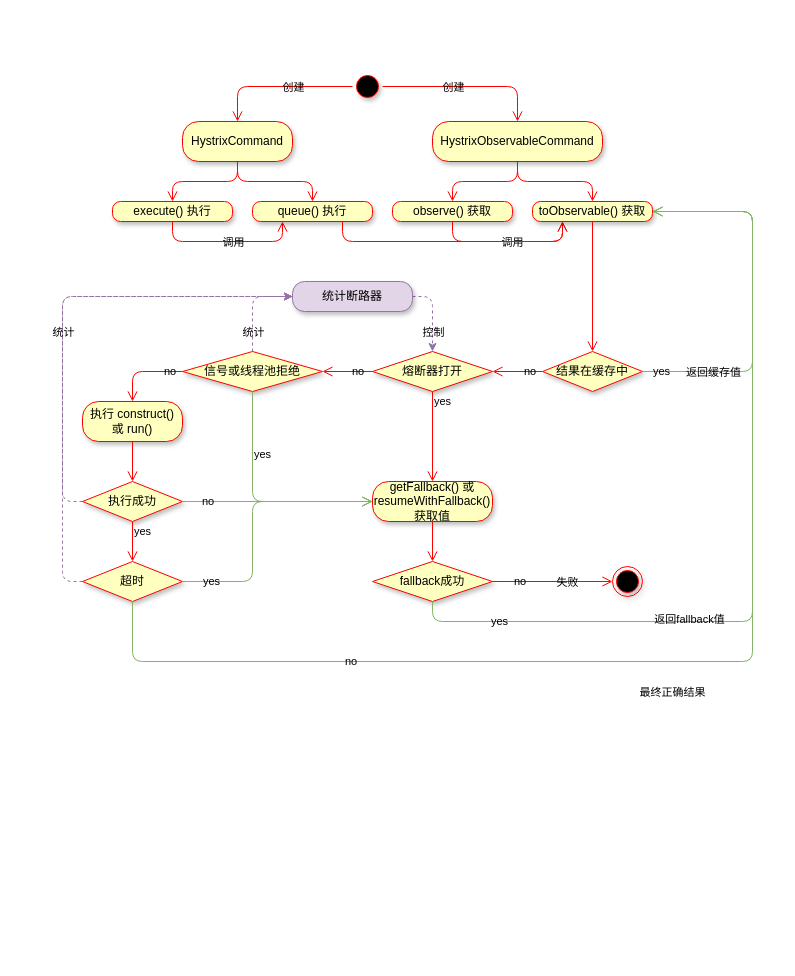
Woobhurk/tyz-pic-repo keeps this draw.io diagram as tyz-流程图.drawio. Above is the earlier version. Source tidied: cells renumbered, new cells numbered last; positions are measured from the earlier drawing's top-left corner, leaving out a move shared by most shapes. Both pictures are drawn from the tidied source at 100%, with x=0, y=0 at pixel (82, 71).
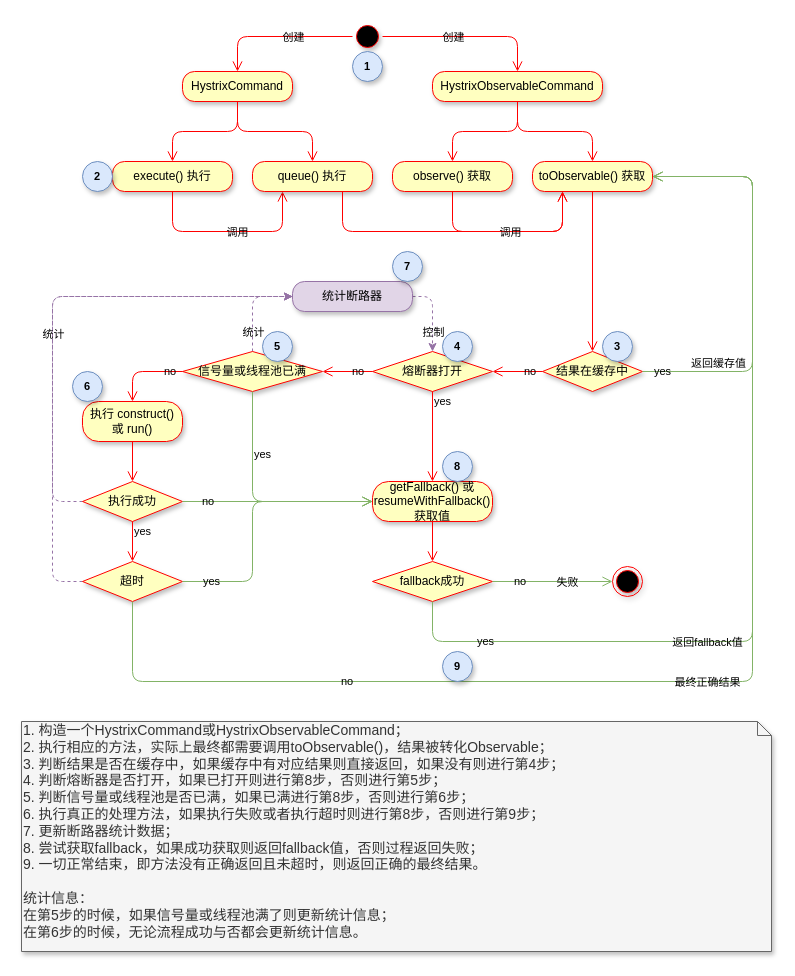
Above is the later version.

The change refers to these unchanged cells:
```xml
<mxCell id="23" value="结果在缓存中" style="rhombus;whiteSpace=wrap;html=1;fillColor=#ffffc0;strokeColor=#ff0000;shadow=1;verticalAlign=middle;labelBorderColor=none;labelBackgroundColor=none;" parent="1" vertex="1">
  <mxGeometry x="460" y="280" width="100" height="40" as="geometry" />
</mxCell>
<mxCell id="32" value="fallback成功" style="rhombus;whiteSpace=wrap;html=1;fillColor=#ffffc0;strokeColor=#ff0000;shadow=1;verticalAlign=middle;labelBorderColor=none;labelBackgroundColor=none;" parent="1" vertex="1">
  <mxGeometry x="290" y="490" width="120" height="40" as="geometry" />
</mxCell>
<mxCell id="45" value="执行成功" style="rhombus;whiteSpace=wrap;html=1;fillColor=#ffffc0;strokeColor=#ff0000;shadow=1;verticalAlign=middle;labelBorderColor=none;labelBackgroundColor=none;" parent="1" vertex="1">
  <mxGeometry y="410" width="100" height="40" as="geometry" />
</mxCell>
<mxCell id="50" value="超时" style="rhombus;whiteSpace=wrap;html=1;fillColor=#ffffc0;strokeColor=#ff0000;shadow=1;verticalAlign=middle;labelBorderColor=none;labelBackgroundColor=none;" parent="1" vertex="1">
  <mxGeometry y="490" width="100" height="40" as="geometry" />
</mxCell>
<mxCell id="54" style="ellipse;html=1;shape=endState;fillColor=#000000;strokeColor=#ff0000;shadow=1;verticalAlign=middle;labelBorderColor=none;labelBackgroundColor=none;" parent="1" vertex="1">
  <mxGeometry x="530" y="495" width="30" height="30" as="geometry" />
</mxCell>
<mxCell id="57" value="统计断路器" style="rounded=1;whiteSpace=wrap;html=1;arcSize=40;fillColor=#e1d5e7;strokeColor=#9673a6;shadow=1;verticalAlign=middle;glass=0;labelBorderColor=none;labelBackgroundColor=none;" parent="1" vertex="1">
  <mxGeometry x="210" y="210" width="120" height="30" as="geometry" />
</mxCell>
```

Diff of the diagram source:
```diff
@@
     <mxCell id="2" style="ellipse;html=1;shape=startState;fillColor=#000000;strokeColor=#ff0000;shadow=1;verticalAlign=middle;labelBorderColor=none;labelBackgroundColor=none;" parent="1" vertex="1">
-      <mxGeometry x="270" width="30" height="30" as="geometry" />
+      <mxGeometry x="270" y="-50" width="30" height="30" as="geometry" />
     </mxCell>
@@
     <mxCell id="7" value="HystrixCommand" style="rounded=1;whiteSpace=wrap;html=1;arcSize=40;fontColor=#000000;fillColor=#ffffc0;strokeColor=#ff0000;shadow=1;verticalAlign=middle;labelBorderColor=none;labelBackgroundColor=none;" parent="1" vertex="1">
-      <mxGeometry x="100" y="50" width="110" height="40" as="geometry" />
+      <mxGeometry x="100" width="110" height="30" as="geometry" />
     </mxCell>
@@
     <mxCell id="9" value="HystrixObservableCommand" style="rounded=1;whiteSpace=wrap;html=1;arcSize=40;fontColor=#000000;fillColor=#ffffc0;strokeColor=#ff0000;shadow=1;verticalAlign=middle;labelBorderColor=none;labelBackgroundColor=none;" parent="1" vertex="1">
-      <mxGeometry x="350" y="50" width="170" height="40" as="geometry" />
+      <mxGeometry x="350" width="170" height="30" as="geometry" />
     </mxCell>
@@
     <mxCell id="11" value="execute() 执行" style="rounded=1;whiteSpace=wrap;html=1;arcSize=40;fontColor=#000000;fillColor=#ffffc0;strokeColor=#ff0000;shadow=1;verticalAlign=middle;labelBorderColor=none;labelBackgroundColor=none;" parent="1" vertex="1">
-      <mxGeometry x="30" y="130" width="120" height="20" as="geometry" />
+      <mxGeometry x="30" y="90" width="120" height="30" as="geometry" />
     </mxCell>
     <mxCell id="12" style="edgeStyle=orthogonalEdgeStyle;html=1;verticalAlign=middle;endArrow=open;endSize=8;strokeColor=#ff0000;shadow=0;entryX=0.25;entryY=1;entryDx=0;entryDy=0;exitX=0.5;exitY=1;exitDx=0;exitDy=0;rounded=1;labelBorderColor=none;labelBackgroundColor=none;" parent="1" edge="1" source="11" target="14">
       <mxGeometry relative="1" as="geometry">
         <Array as="points">
-          <mxPoint x="90" y="170" />
-          <mxPoint x="200" y="170" />
+          <mxPoint x="90" y="160" />
+          <mxPoint x="200" y="160" />
         </Array>
       </mxGeometry>
     </mxCell>
@@
     <mxCell id="14" value="queue() 执行" style="rounded=1;whiteSpace=wrap;html=1;arcSize=40;fontColor=#000000;fillColor=#ffffc0;strokeColor=#ff0000;shadow=1;verticalAlign=middle;labelBorderColor=none;labelBackgroundColor=none;" parent="1" vertex="1">
-      <mxGeometry x="170" y="130" width="120" height="20" as="geometry" />
+      <mxGeometry x="170" y="90" width="120" height="30" as="geometry" />
     </mxCell>
-    <mxCell id="15" style="edgeStyle=orthogonalEdgeStyle;html=1;verticalAlign=middle;endArrow=open;endSize=8;strokeColor=#ff0000;shadow=0;exitX=0.75;exitY=1;exitDx=0;exitDy=0;entryX=0.25;entryY=1;entryDx=0;entryDy=0;rounded=1;labelBorderColor=none;labelBackgroundColor=none;" parent="1" edge="1" source="14" target="21">
-      <mxGeometry relative="1" as="geometry">
-        <Array as="points">
-          <mxPoint x="260" y="170" />
-          <mxPoint x="480" y="170" />
-        </Array>
-      </mxGeometry>
-    </mxCell>
-    <mxCell id="16" value="调用" style="edgeLabel;html=1;align=center;verticalAlign=middle;labelBorderColor=none;labelBackgroundColor=none;" parent="15" vertex="1">
-      <mxGeometry x="-0.12" y="-2" relative="1" as="geometry">
-        <mxPoint x="75" y="-2" as="offset" />
-      </mxGeometry>
-    </mxCell>
@@
     <mxCell id="18" value="observe() 获取" style="rounded=1;whiteSpace=wrap;html=1;arcSize=40;fontColor=#000000;fillColor=#ffffc0;strokeColor=#ff0000;shadow=1;verticalAlign=middle;labelBorderColor=none;labelBackgroundColor=none;" parent="1" vertex="1">
-      <mxGeometry x="310" y="130" width="120" height="20" as="geometry" />
+      <mxGeometry x="310" y="90" width="120" height="30" as="geometry" />
     </mxCell>
     <mxCell id="19" style="edgeStyle=orthogonalEdgeStyle;html=1;verticalAlign=middle;endArrow=open;endSize=8;strokeColor=#ff0000;shadow=0;entryX=0.25;entryY=1;entryDx=0;entryDy=0;exitX=0.5;exitY=1;exitDx=0;exitDy=0;rounded=1;labelBorderColor=none;labelBackgroundColor=none;" parent="1" edge="1" source="18" target="21">
       <mxGeometry relative="1" as="geometry">
         <Array as="points">
-          <mxPoint x="370" y="170" />
-          <mxPoint x="480" y="170" />
+          <mxPoint x="370" y="160" />
+          <mxPoint x="480" y="160" />
         </Array>
       </mxGeometry>
     </mxCell>
@@
     <mxCell id="21" value="toObservable() 获取" style="rounded=1;whiteSpace=wrap;html=1;arcSize=40;fontColor=#000000;fillColor=#ffffc0;strokeColor=#ff0000;shadow=1;verticalAlign=middle;labelBorderColor=none;labelBackgroundColor=none;" parent="1" vertex="1">
-      <mxGeometry x="450" y="130" width="120" height="20" as="geometry" />
+      <mxGeometry x="450" y="90" width="120" height="30" as="geometry" />
     </mxCell>
@@
     <mxCell id="25" value="yes" style="edgeStyle=orthogonalEdgeStyle;html=1;align=left;verticalAlign=middle;endArrow=open;endSize=8;strokeColor=#82b366;shadow=0;exitX=1;exitY=0.5;exitDx=0;exitDy=0;entryX=1;entryY=0.5;entryDx=0;entryDy=0;rounded=1;fillColor=#d5e8d4;labelBorderColor=none;labelBackgroundColor=none;" parent="1" edge="1" source="23" target="21">
       <mxGeometry x="-0.95" relative="1" as="geometry">
         <Array as="points">
           <mxPoint x="670" y="300" />
-          <mxPoint x="670" y="140" />
+          <mxPoint x="670" y="105" />
         </Array>
       </mxGeometry>
     </mxCell>
-    <mxCell id="26" value="返回缓存值" style="edgeLabel;html=1;align=center;verticalAlign=middle;labelBorderColor=none;labelBackgroundColor=none;" parent="25" vertex="1">
+    <mxCell id="26" value="返回缓存值" style="edgeLabel;html=1;align=center;verticalAlign=middle;labelBorderColor=none;labelBackgroundColor=none;fontSize=11;" parent="25" vertex="1">
       <mxGeometry x="-0.42" y="-2" relative="1" as="geometry">
         <mxPoint x="-37" y="-2" as="offset" />
       </mxGeometry>
     </mxCell>
@@
-    <mxCell id="33" value="no" style="edgeStyle=orthogonalEdgeStyle;html=1;align=left;verticalAlign=middle;endArrow=open;endSize=8;strokeColor=#ff0000;shadow=0;entryX=0;entryY=0.5;entryDx=0;entryDy=0;rounded=1;labelBorderColor=none;labelBackgroundColor=none;" parent="1" edge="1" source="32" target="54">
+    <mxCell id="33" value="no" style="edgeStyle=orthogonalEdgeStyle;html=1;align=left;verticalAlign=middle;endArrow=open;endSize=8;strokeColor=#82b366;shadow=0;entryX=0;entryY=0.5;entryDx=0;entryDy=0;rounded=1;labelBorderColor=none;labelBackgroundColor=none;fillColor=#d5e8d4;" parent="1" edge="1" source="32" target="54">
       <mxGeometry x="-0.67" relative="1" as="geometry" />
     </mxCell>
@@
     <mxCell id="35" value="yes" style="edgeStyle=orthogonalEdgeStyle;html=1;align=left;verticalAlign=middle;endArrow=open;endSize=8;strokeColor=#82b366;shadow=0;entryX=1;entryY=0.5;entryDx=0;entryDy=0;exitX=0.5;exitY=1;exitDx=0;exitDy=0;rounded=1;fillColor=#d5e8d4;labelBorderColor=none;labelBackgroundColor=none;" parent="1" edge="1" source="32" target="21">
       <mxGeometry x="-0.82" relative="1" as="geometry">
         <Array as="points">
-          <mxPoint x="350" y="550" />
-          <mxPoint x="670" y="550" />
-          <mxPoint x="670" y="140" />
+          <mxPoint x="350" y="570" />
+          <mxPoint x="670" y="570" />
+          <mxPoint x="670" y="105" />
         </Array>
       </mxGeometry>
     </mxCell>
     <mxCell id="36" value="返回fallback值" style="edgeLabel;html=1;align=center;verticalAlign=middle;labelBorderColor=none;labelBackgroundColor=none;" parent="35" vertex="1">
-      <mxGeometry x="-0.35" y="3" relative="1" as="geometry" />
+      <mxGeometry x="-0.35" y="3" relative="1" as="geometry">
+        <mxPoint x="13" y="3" as="offset" />
+      </mxGeometry>
     </mxCell>
@@
-    <mxCell id="39" value="信号或线程池拒绝" style="rhombus;whiteSpace=wrap;html=1;fillColor=#ffffc0;strokeColor=#ff0000;shadow=1;verticalAlign=middle;labelBorderColor=none;labelBackgroundColor=none;" parent="1" vertex="1">
+    <mxCell id="39" value="信号量或线程池已满" style="rhombus;whiteSpace=wrap;html=1;fillColor=#ffffc0;strokeColor=#ff0000;shadow=1;verticalAlign=middle;labelBorderColor=none;labelBackgroundColor=none;" parent="1" vertex="1">
       <mxGeometry x="100" y="280" width="140" height="40" as="geometry" />
     </mxCell>
@@
     <mxCell id="44" style="edgeStyle=orthogonalEdgeStyle;jettySize=auto;html=1;exitX=0;exitY=0.5;exitDx=0;exitDy=0;entryX=0;entryY=0.5;entryDx=0;entryDy=0;shadow=0;dashed=1;strokeColor=#9673a6;fillColor=#e1d5e7;rounded=1;labelBorderColor=none;labelBackgroundColor=none;" parent="1" edge="1" source="45" target="57">
-      <mxGeometry relative="1" as="geometry" />
+      <mxGeometry relative="1" as="geometry">
+        <Array as="points">
+          <mxPoint x="-30" y="430" />
+          <mxPoint x="-30" y="225" />
+        </Array>
+      </mxGeometry>
     </mxCell>
@@
     <mxCell id="48" style="edgeStyle=orthogonalEdgeStyle;jettySize=auto;html=1;exitX=0;exitY=0.5;exitDx=0;exitDy=0;entryX=0;entryY=0.5;entryDx=0;entryDy=0;shadow=0;dashed=1;strokeColor=#9673a6;fillColor=#e1d5e7;rounded=1;labelBorderColor=none;labelBackgroundColor=none;" parent="1" edge="1" source="50" target="57">
-      <mxGeometry relative="1" as="geometry" />
+      <mxGeometry relative="1" as="geometry">
+        <Array as="points">
+          <mxPoint x="-30" y="510" />
+          <mxPoint x="-30" y="225" />
+        </Array>
+      </mxGeometry>
     </mxCell>
@@
     <mxCell id="51" value="no" style="edgeStyle=orthogonalEdgeStyle;html=1;align=left;verticalAlign=middle;endArrow=open;endSize=8;strokeColor=#82b366;shadow=0;exitX=0.5;exitY=1;exitDx=0;exitDy=0;entryX=1;entryY=0.5;entryDx=0;entryDy=0;rounded=1;fillColor=#d5e8d4;labelBorderColor=none;labelBackgroundColor=none;" parent="1" edge="1" source="50" target="21">
       <mxGeometry x="-0.56" relative="1" as="geometry">
         <Array as="points">
-          <mxPoint x="50" y="590" />
-          <mxPoint x="670" y="590" />
-          <mxPoint x="670" y="140" />
+          <mxPoint x="50" y="610" />
+          <mxPoint x="670" y="610" />
+          <mxPoint x="670" y="105" />
         </Array>
       </mxGeometry>
     </mxCell>
     <mxCell id="52" value="最终正确结果" style="edgeLabel;html=1;align=center;verticalAlign=middle;labelBorderColor=none;labelBackgroundColor=none;" parent="51" vertex="1">
       <mxGeometry x="-0.34" y="-2" relative="1" as="geometry">
-        <mxPoint x="193" y="28" as="offset" />
+        <mxPoint x="223" y="-2" as="offset" />
       </mxGeometry>
     </mxCell>
@@
+    <mxCell id="15" style="edgeStyle=orthogonalEdgeStyle;html=1;verticalAlign=middle;endArrow=open;endSize=8;strokeColor=#ff0000;shadow=0;exitX=0.75;exitY=1;exitDx=0;exitDy=0;entryX=0.25;entryY=1;entryDx=0;entryDy=0;rounded=1;labelBorderColor=none;labelBackgroundColor=none;" parent="1" edge="1" source="14" target="21">
+      <mxGeometry relative="1" as="geometry">
+        <Array as="points">
+          <mxPoint x="260" y="160" />
+          <mxPoint x="480" y="160" />
+        </Array>
+      </mxGeometry>
+    </mxCell>
+    <mxCell id="16" value="调用" style="edgeLabel;html=1;align=center;verticalAlign=middle;labelBorderColor=none;labelBackgroundColor=none;" parent="15" vertex="1">
+      <mxGeometry x="-0.12" y="-2" relative="1" as="geometry">
+        <mxPoint x="75" y="-2" as="offset" />
+      </mxGeometry>
+    </mxCell>
+    <mxCell id="58" value="&lt;b&gt;1&lt;/b&gt;" style="ellipse;whiteSpace=wrap;html=1;rounded=1;shadow=1;glass=0;labelBackgroundColor=none;strokeColor=#6c8ebf;fillColor=#dae8fc;fontSize=11;" parent="1" vertex="1">
+      <mxGeometry x="270" y="-20" width="30" height="30" as="geometry" />
+    </mxCell>
+    <mxCell id="59" value="&lt;b&gt;2&lt;/b&gt;" style="ellipse;whiteSpace=wrap;html=1;rounded=1;shadow=1;glass=0;labelBackgroundColor=none;strokeColor=#6c8ebf;fillColor=#dae8fc;fontSize=11;" parent="1" vertex="1">
+      <mxGeometry y="90" width="30" height="30" as="geometry" />
+    </mxCell>
+    <mxCell id="60" value="&lt;b&gt;3&lt;/b&gt;" style="ellipse;whiteSpace=wrap;html=1;rounded=1;shadow=1;glass=0;labelBackgroundColor=none;strokeColor=#6c8ebf;fillColor=#dae8fc;fontSize=11;" parent="1" vertex="1">
+      <mxGeometry x="520" y="260" width="30" height="30" as="geometry" />
+    </mxCell>
+    <mxCell id="61" value="&lt;b&gt;4&lt;/b&gt;" style="ellipse;whiteSpace=wrap;html=1;rounded=1;shadow=1;glass=0;labelBackgroundColor=none;strokeColor=#6c8ebf;fillColor=#dae8fc;fontSize=11;" parent="1" vertex="1">
+      <mxGeometry x="360" y="260" width="30" height="30" as="geometry" />
+    </mxCell>
+    <mxCell id="62" value="&lt;b&gt;5&lt;/b&gt;" style="ellipse;whiteSpace=wrap;html=1;rounded=1;shadow=1;glass=0;labelBackgroundColor=none;strokeColor=#6c8ebf;fillColor=#dae8fc;fontSize=11;" parent="1" vertex="1">
+      <mxGeometry x="180" y="260" width="30" height="30" as="geometry" />
+    </mxCell>
+    <mxCell id="63" value="&lt;b&gt;6&lt;/b&gt;" style="ellipse;whiteSpace=wrap;html=1;rounded=1;shadow=1;glass=0;labelBackgroundColor=none;strokeColor=#6c8ebf;fillColor=#dae8fc;fontSize=11;" parent="1" vertex="1">
+      <mxGeometry x="-10" y="300" width="30" height="30" as="geometry" />
+    </mxCell>
+    <mxCell id="64" value="&lt;b&gt;7&lt;/b&gt;" style="ellipse;whiteSpace=wrap;html=1;rounded=1;shadow=1;glass=0;labelBackgroundColor=none;strokeColor=#6c8ebf;fillColor=#dae8fc;fontSize=11;" parent="1" vertex="1">
+      <mxGeometry x="310" y="180" width="30" height="30" as="geometry" />
+    </mxCell>
+    <mxCell id="65" value="&lt;b&gt;8&lt;/b&gt;" style="ellipse;whiteSpace=wrap;html=1;rounded=1;shadow=1;glass=0;labelBackgroundColor=none;strokeColor=#6c8ebf;fillColor=#dae8fc;fontSize=11;" parent="1" vertex="1">
+      <mxGeometry x="360" y="380" width="30" height="30" as="geometry" />
+    </mxCell>
+    <mxCell id="66" value="&lt;b&gt;9&lt;/b&gt;" style="ellipse;whiteSpace=wrap;html=1;rounded=1;shadow=1;glass=0;labelBackgroundColor=none;strokeColor=#6c8ebf;fillColor=#dae8fc;fontSize=11;" parent="1" vertex="1">
+      <mxGeometry x="360" y="580" width="30" height="30" as="geometry" />
+    </mxCell>
+    <mxCell id="67" value="&lt;font style=&quot;font-size: 14px&quot;&gt;1. 构造一个HystrixCommand或HystrixObservableCommand；&lt;br&gt;2. 执行相应的方法，实际上最终都需要调用toObservable()，结果被转化Observable；&lt;br&gt;3. 判断结果是否在缓存中，如果缓存中有对应结果则直接返回，如果没有则进行第4步；&lt;br&gt;4. 判断熔断器是否打开，如果已打开则进行第8步，否则进行第5步；&lt;br&gt;5. 判断信号量或线程池是否已满，如果已满进行第8步，否则进行第6步；&lt;br&gt;6. 执行真正的处理方法，如果执行失败或者执行超时则进行第8步，否则进行第9步；&lt;br&gt;7. 更新断路器统计数据；&lt;br&gt;8. 尝试获取fallback，如果成功获取则返回fallback值，否则过程返回失败；&lt;br&gt;9. 一切正常结束，即方法没有正确返回且未超时，则返回正确的最终结果。&lt;br&gt;&lt;br&gt;统计信息：&lt;br&gt;在第5步的时候，如果信号量或线程池满了则更新统计信息；&lt;br&gt;在第6步的时候，无论流程成功与否都会更新统计信息。&lt;br&gt;&lt;br&gt;&lt;/font&gt;" style="shape=note;whiteSpace=wrap;html=1;size=14;verticalAlign=top;align=left;spacingTop=-6;rounded=1;shadow=1;glass=0;labelBackgroundColor=none;strokeColor=#666666;fillColor=#f5f5f5;fontSize=11;fontColor=#333333;" parent="1" vertex="1">
+      <mxGeometry x="-61" y="650" width="750" height="230" as="geometry" />
+    </mxCell>
```
